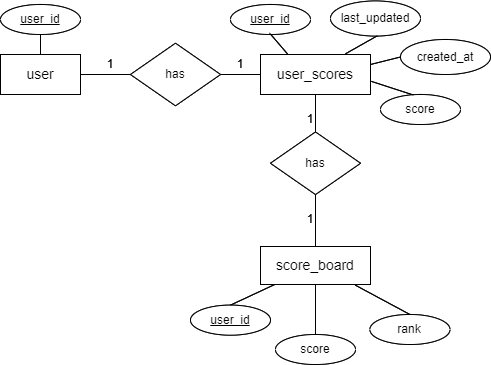
hungle2002/Interview_project keeps this draw.io diagram as Problem_6/images/erdDatabase.png. Above is the earlier version. Source tidied: cells renumbered, new cells last; positions are measured from the earlier drawing's top-left corner, leaving out a move shared by most shapes.
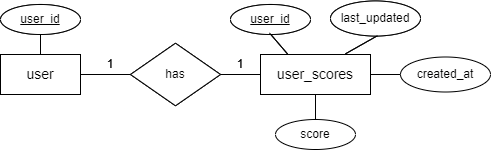
After the commit.

Commit message:
[Interview] [Harry] Update database and workflow image

The edit, as a diff of the source:
```diff
@@ -12,53 +12,17 @@
       <mxGeometry x="230" y="3" width="80" height="30" as="geometry" />
     </mxCell>
     <mxCell id="5" value="score" style="ellipse;whiteSpace=wrap;html=1;" parent="1" vertex="1">
-      <mxGeometry x="380" y="93" width="80" height="30" as="geometry" />
+      <mxGeometry x="275" y="118" width="80" height="30" as="geometry" />
     </mxCell>
     <mxCell id="6" value="last_updated" style="ellipse;whiteSpace=wrap;html=1;" parent="1" vertex="1">
       <mxGeometry x="330" y="-0.5" width="90" height="35" as="geometry" />
     </mxCell>
     <mxCell id="7" value="created_at" style="ellipse;whiteSpace=wrap;html=1;" parent="1" vertex="1">
-      <mxGeometry x="400" y="38" width="90" height="35" as="geometry" />
+      <mxGeometry x="400" y="55.5" width="90" height="35" as="geometry" />
     </mxCell>
-    <mxCell id="8" value="&lt;span style=&quot;font-size: 14px;&quot;&gt;score_board&lt;/span&gt;" style="rounded=0;whiteSpace=wrap;html=1;" parent="1" vertex="1">
-      <mxGeometry x="260" y="245" width="110" height="38" as="geometry" />
-    </mxCell>
-    <mxCell id="9" value="&lt;u&gt;user_id&lt;/u&gt;" style="ellipse;whiteSpace=wrap;html=1;" parent="1" vertex="1">
-      <mxGeometry x="190" y="303.6" width="80" height="30" as="geometry" />
-    </mxCell>
-    <mxCell id="10" value="score" style="ellipse;whiteSpace=wrap;html=1;" parent="1" vertex="1">
-      <mxGeometry x="275" y="333" width="80" height="30" as="geometry" />
-    </mxCell>
-    <mxCell id="11" value="rank" style="ellipse;whiteSpace=wrap;html=1;" parent="1" vertex="1">
-      <mxGeometry x="369.4" y="313" width="80" height="30" as="geometry" />
-    </mxCell>
-    <mxCell id="12" value="belong_to" style="rhombus;whiteSpace=wrap;html=1;" parent="1" vertex="1">
-      <mxGeometry x="270" y="130.5" width="90" height="62.5" as="geometry" />
-    </mxCell>
     <mxCell id="13" style="edgeStyle=orthogonalEdgeStyle;rounded=0;orthogonalLoop=1;jettySize=auto;html=1;exitX=0.5;exitY=1;exitDx=0;exitDy=0;" parent="1" edge="1" source="5" target="5">
       <mxGeometry relative="1" as="geometry" />
     </mxCell>
-    <mxCell id="14" style="endArrow=none;html=1;rounded=0;exitX=0.5;exitY=1;exitDx=0;exitDy=0;entryX=0.5;entryY=0;entryDx=0;entryDy=0;" parent="1" edge="1" source="3" target="12">
-      <mxGeometry relative="1" as="geometry" />
-    </mxCell>
-    <mxCell id="15" style="endArrow=none;html=1;rounded=0;exitX=0.5;exitY=1;exitDx=0;exitDy=0;entryX=0.5;entryY=0;entryDx=0;entryDy=0;" parent="1" edge="1" source="12" target="8">
-      <mxGeometry relative="1" as="geometry" />
-    </mxCell>
-    <mxCell id="16" style="endArrow=none;html=1;rounded=0;exitX=0.5;exitY=0;exitDx=0;exitDy=0;" parent="1" edge="1" source="9" target="8">
-      <mxGeometry relative="1" as="geometry" />
-    </mxCell>
-    <mxCell id="17" style="endArrow=none;html=1;rounded=0;exitX=0.5;exitY=0;exitDx=0;exitDy=0;entryX=0.5;entryY=1;entryDx=0;entryDy=0;" parent="1" edge="1" source="10" target="8">
-      <mxGeometry relative="1" as="geometry" />
-    </mxCell>
-    <mxCell id="18" style="endArrow=none;html=1;rounded=0;exitX=0.861;exitY=1.016;exitDx=0;exitDy=0;entryX=0.5;entryY=0;entryDx=0;entryDy=0;exitPerimeter=0;" parent="1" edge="1" source="8" target="11">
-      <mxGeometry relative="1" as="geometry" />
-    </mxCell>
-    <mxCell id="19" value="1" style="text;html=1;align=center;verticalAlign=middle;whiteSpace=wrap;rounded=0;fillColor=none;" parent="1" vertex="1">
-      <mxGeometry x="300" y="113" width="20" height="10" as="geometry" />
-    </mxCell>
-    <mxCell id="20" value="1" style="text;html=1;align=center;verticalAlign=middle;whiteSpace=wrap;rounded=0;fillColor=none;" parent="1" vertex="1">
-      <mxGeometry x="300" y="213" width="20" height="10" as="geometry" />
-    </mxCell>
     <mxCell id="21" value="has" style="rhombus;whiteSpace=wrap;html=1;" parent="1" vertex="1">
       <mxGeometry x="130" y="41.8" width="90" height="62.5" as="geometry" />
     </mxCell>
@@ -86,10 +50,10 @@
     <mxCell id="29" style="endArrow=none;html=1;rounded=0;exitX=0.522;exitY=0.992;exitDx=0;exitDy=0;entryX=0.773;entryY=-0.018;entryDx=0;entryDy=0;exitPerimeter=0;entryPerimeter=0;" parent="1" edge="1" source="6" target="3">
       <mxGeometry relative="1" as="geometry" />
     </mxCell>
-    <mxCell id="30" style="endArrow=none;html=1;rounded=0;exitX=0;exitY=0.5;exitDx=0;exitDy=0;entryX=1;entryY=0.25;entryDx=0;entryDy=0;" parent="1" edge="1" source="7" target="3">
+    <mxCell id="30" style="endArrow=none;html=1;rounded=0;exitX=0;exitY=0.5;exitDx=0;exitDy=0;entryX=1;entryY=0.5;entryDx=0;entryDy=0;" parent="1" edge="1" source="7" target="33">
       <mxGeometry relative="1" as="geometry" />
     </mxCell>
-    <mxCell id="31" style="endArrow=none;html=1;rounded=0;exitX=0.411;exitY=0.017;exitDx=0;exitDy=0;entryX=1.008;entryY=0.672;entryDx=0;entryDy=0;exitPerimeter=0;entryPerimeter=0;" parent="1" edge="1" source="5" target="3">
+    <mxCell id="31" style="endArrow=none;html=1;rounded=0;exitX=0.5;exitY=0;exitDx=0;exitDy=0;entryX=0.5;entryY=1;entryDx=0;entryDy=0;" parent="1" edge="1" source="5" target="33">
       <mxGeometry relative="1" as="geometry" />
     </mxCell>
     <mxCell id="32" value="&lt;span style=&quot;font-size: 14px;&quot;&gt;user&lt;/span&gt;" style="rounded=0;whiteSpace=wrap;html=1;" parent="1" vertex="1">
@@ -101,54 +65,15 @@
     <mxCell id="34" value="&lt;u&gt;user_id&lt;/u&gt;" style="ellipse;whiteSpace=wrap;html=1;" parent="1" vertex="1">
       <mxGeometry x="230" y="3" width="80" height="30" as="geometry" />
     </mxCell>
-    <mxCell id="35" value="score" style="ellipse;whiteSpace=wrap;html=1;" parent="1" vertex="1">
-      <mxGeometry x="380" y="93" width="80" height="30" as="geometry" />
-    </mxCell>
     <mxCell id="36" value="last_updated" style="ellipse;whiteSpace=wrap;html=1;" parent="1" vertex="1">
       <mxGeometry x="330" y="-0.5" width="90" height="35" as="geometry" />
     </mxCell>
-    <mxCell id="37" value="created_at" style="ellipse;whiteSpace=wrap;html=1;" parent="1" vertex="1">
-      <mxGeometry x="400" y="38" width="90" height="35" as="geometry" />
-    </mxCell>
-    <mxCell id="38" value="&lt;span style=&quot;font-size: 14px;&quot;&gt;score_board&lt;/span&gt;" style="rounded=0;whiteSpace=wrap;html=1;" parent="1" vertex="1">
-      <mxGeometry x="260" y="245" width="110" height="38" as="geometry" />
-    </mxCell>
-    <mxCell id="39" value="&lt;u&gt;user_id&lt;/u&gt;" style="ellipse;whiteSpace=wrap;html=1;" parent="1" vertex="1">
-      <mxGeometry x="190" y="303.6" width="80" height="30" as="geometry" />
-    </mxCell>
-    <mxCell id="40" value="score" style="ellipse;whiteSpace=wrap;html=1;" parent="1" vertex="1">
-      <mxGeometry x="275" y="333" width="80" height="30" as="geometry" />
-    </mxCell>
-    <mxCell id="41" value="rank" style="ellipse;whiteSpace=wrap;html=1;" parent="1" vertex="1">
-      <mxGeometry x="369.4" y="313" width="80" height="30" as="geometry" />
-    </mxCell>
-    <mxCell id="42" value="has" style="rhombus;whiteSpace=wrap;html=1;" parent="1" vertex="1">
-      <mxGeometry x="270" y="130.5" width="90" height="62.5" as="geometry" />
-    </mxCell>
-    <mxCell id="43" style="edgeStyle=orthogonalEdgeStyle;rounded=0;orthogonalLoop=1;jettySize=auto;html=1;exitX=0.5;exitY=1;exitDx=0;exitDy=0;" parent="1" edge="1" source="35" target="35">
-      <mxGeometry relative="1" as="geometry" />
+    <mxCell id="43" style="edgeStyle=orthogonalEdgeStyle;rounded=0;orthogonalLoop=1;jettySize=auto;html=1;exitX=0.5;exitY=1;exitDx=0;exitDy=0;" parent="1" edge="1">
+      <mxGeometry relative="1" as="geometry">
+        <mxPoint x="330" y="153" as="sourcePoint" />
+        <mxPoint x="330" y="153" as="targetPoint" />
+      </mxGeometry>
     </mxCell>
-    <mxCell id="44" style="endArrow=none;html=1;rounded=0;exitX=0.5;exitY=1;exitDx=0;exitDy=0;entryX=0.5;entryY=0;entryDx=0;entryDy=0;" parent="1" edge="1" source="33" target="42">
-      <mxGeometry relative="1" as="geometry" />
-    </mxCell>
-    <mxCell id="45" style="endArrow=none;html=1;rounded=0;exitX=0.5;exitY=1;exitDx=0;exitDy=0;entryX=0.5;entryY=0;entryDx=0;entryDy=0;" parent="1" edge="1" source="42" target="38">
-      <mxGeometry relative="1" as="geometry" />
-    </mxCell>
-    <mxCell id="46" style="endArrow=none;html=1;rounded=0;exitX=0.5;exitY=0;exitDx=0;exitDy=0;" parent="1" edge="1" source="39" target="38">
-      <mxGeometry relative="1" as="geometry" />
-    </mxCell>
-    <mxCell id="47" style="endArrow=none;html=1;rounded=0;exitX=0.5;exitY=0;exitDx=0;exitDy=0;entryX=0.5;entryY=1;entryDx=0;entryDy=0;" parent="1" edge="1" source="40" target="38">
-      <mxGeometry relative="1" as="geometry" />
-    </mxCell>
-    <mxCell id="48" style="endArrow=none;html=1;rounded=0;exitX=0.861;exitY=1.016;exitDx=0;exitDy=0;entryX=0.5;entryY=0;entryDx=0;entryDy=0;exitPerimeter=0;" parent="1" edge="1" source="38" target="41">
-      <mxGeometry relative="1" as="geometry" />
-    </mxCell>
-    <mxCell id="49" value="1" style="text;html=1;align=center;verticalAlign=middle;whiteSpace=wrap;rounded=0;fillColor=none;" parent="1" vertex="1">
-      <mxGeometry x="300" y="113" width="20" height="10" as="geometry" />
-    </mxCell>
-    <mxCell id="50" value="1" style="text;html=1;align=center;verticalAlign=middle;whiteSpace=wrap;rounded=0;fillColor=none;" parent="1" vertex="1">
-      <mxGeometry x="300" y="213" width="20" height="10" as="geometry" />
-    </mxCell>
     <mxCell id="51" value="has" style="rhombus;whiteSpace=wrap;html=1;" parent="1" vertex="1">
       <mxGeometry x="130" y="41.8" width="90" height="62.5" as="geometry" />
     </mxCell>
@@ -176,11 +101,5 @@
     <mxCell id="59" style="endArrow=none;html=1;rounded=0;exitX=0.522;exitY=0.992;exitDx=0;exitDy=0;entryX=0.773;entryY=-0.018;entryDx=0;entryDy=0;exitPerimeter=0;entryPerimeter=0;" parent="1" edge="1" source="36" target="33">
       <mxGeometry relative="1" as="geometry" />
     </mxCell>
-    <mxCell id="60" style="endArrow=none;html=1;rounded=0;exitX=0;exitY=0.5;exitDx=0;exitDy=0;entryX=1;entryY=0.25;entryDx=0;entryDy=0;" parent="1" edge="1" source="37" target="33">
-      <mxGeometry relative="1" as="geometry" />
-    </mxCell>
-    <mxCell id="61" style="endArrow=none;html=1;rounded=0;exitX=0.411;exitY=0.017;exitDx=0;exitDy=0;entryX=1.008;entryY=0.672;entryDx=0;entryDy=0;exitPerimeter=0;entryPerimeter=0;" parent="1" edge="1" source="35" target="33">
-      <mxGeometry relative="1" as="geometry" />
-    </mxCell>
   </root>
 </mxGraphModel>
```
